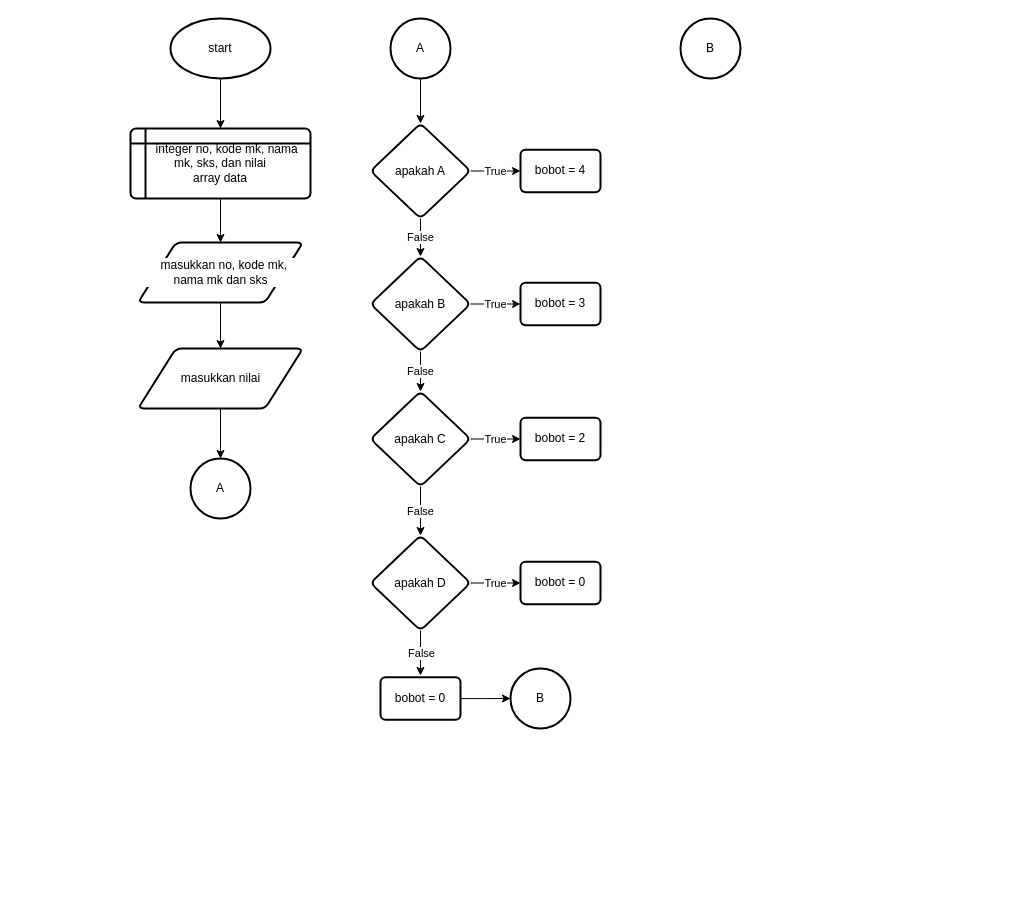
This is page "UAS sem 1" (15 of 15) of ifMajemuk.drawio from rizalfadhlan/rizalfadhlan, a draw.io file, before an edit. Source tidied: cells renumbered, new cells numbered last; positions are measured from the earlier drawing's top-left corner, leaving out a move shared by most shapes. Both pictures are drawn from the tidied source at 100%, with x=0, y=0 at pixel (130, 18).
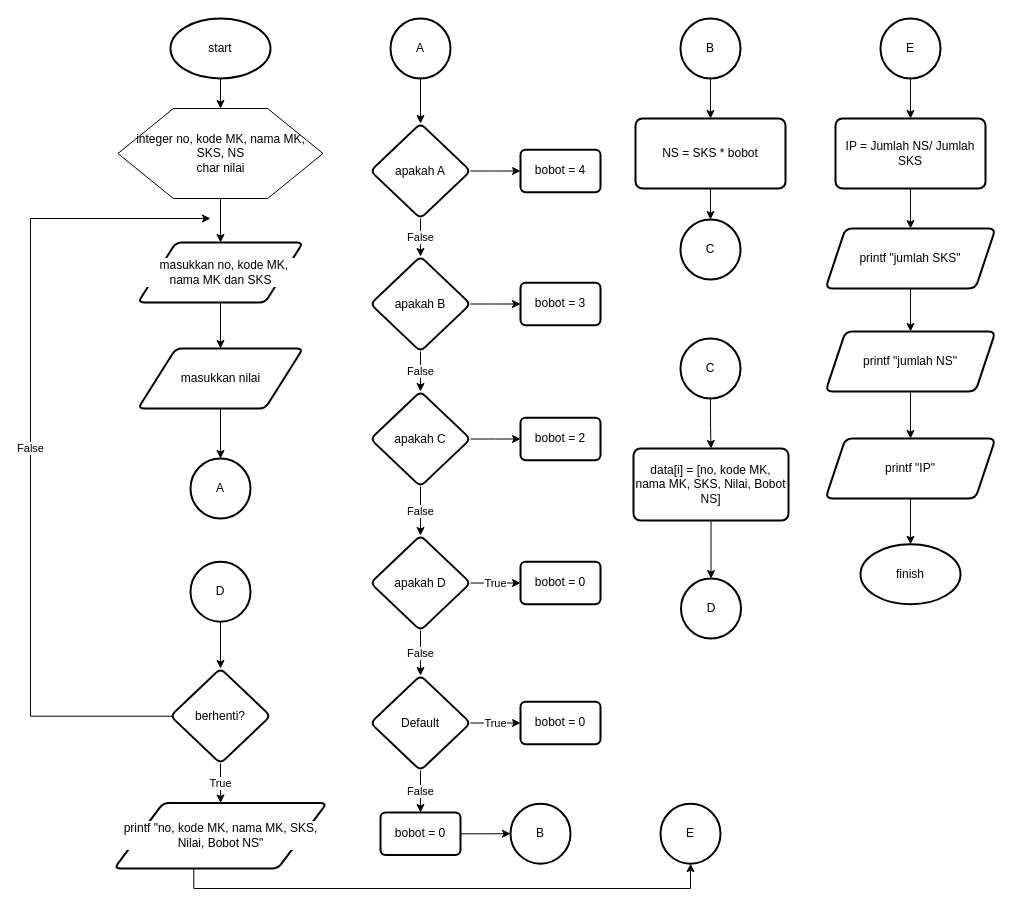
Above is the later version.

Unchanged cells that the change refers to:
```xml
<mxCell id="3" value="start" style="strokeWidth=2;html=1;shape=mxgraph.flowchart.start_1;whiteSpace=wrap;" parent="1" vertex="1">
  <mxGeometry x="40" width="100" height="60" as="geometry" />
</mxCell>
<mxCell id="15" value="apakah A" style="rhombus;whiteSpace=wrap;html=1;strokeWidth=2;rounded=1;arcSize=12;labelBackgroundColor=default;" parent="1" vertex="1">
  <mxGeometry x="240" y="105" width="100" height="95" as="geometry" />
</mxCell>
<mxCell id="18" value="apakah B" style="rhombus;whiteSpace=wrap;html=1;strokeWidth=2;rounded=1;arcSize=12;labelBackgroundColor=default;" parent="1" vertex="1">
  <mxGeometry x="240" y="238" width="100" height="95" as="geometry" />
</mxCell>
<mxCell id="21" value="apakah C" style="rhombus;whiteSpace=wrap;html=1;strokeWidth=2;rounded=1;arcSize=12;labelBackgroundColor=default;" parent="1" vertex="1">
  <mxGeometry x="240" y="373" width="100" height="95" as="geometry" />
</mxCell>
<mxCell id="22" value="bobot = 4" style="whiteSpace=wrap;html=1;strokeWidth=2;rounded=1;arcSize=12;labelBackgroundColor=default;" parent="1" vertex="1">
  <mxGeometry x="390" y="131.2" width="80" height="42.5" as="geometry" />
</mxCell>
<mxCell id="23" value="bobot = 3" style="whiteSpace=wrap;html=1;strokeWidth=2;rounded=1;arcSize=12;labelBackgroundColor=default;" parent="1" vertex="1">
  <mxGeometry x="390" y="264.2" width="80" height="42.5" as="geometry" />
</mxCell>
<mxCell id="24" value="bobot&amp;nbsp;= 2" style="whiteSpace=wrap;html=1;strokeWidth=2;rounded=1;arcSize=12;labelBackgroundColor=default;" parent="1" vertex="1">
  <mxGeometry x="390" y="399.2" width="80" height="42.5" as="geometry" />
</mxCell>
<mxCell id="27" value="apakah D" style="rhombus;whiteSpace=wrap;html=1;strokeWidth=2;rounded=1;arcSize=12;labelBackgroundColor=default;" parent="1" vertex="1">
  <mxGeometry x="240" y="517" width="100" height="95" as="geometry" />
</mxCell>
<mxCell id="33" value="B" style="ellipse;whiteSpace=wrap;html=1;strokeWidth=2;rounded=1;arcSize=12;labelBackgroundColor=default;" parent="1" vertex="1">
  <mxGeometry x="550" width="60" height="60" as="geometry" />
</mxCell>
```

The edit, as a diff of the source:
```diff
@@
-    <mxCell id="2" style="edgeStyle=orthogonalEdgeStyle;rounded=0;jettySize=auto;html=1;" parent="1" edge="1" source="3" target="5">
-      <mxGeometry relative="1" as="geometry" />
-    </mxCell>
+    <mxCell id="34" style="edgeStyle=orthogonalEdgeStyle;rounded=0;jettySize=auto;html=1;" parent="1" edge="1" source="3" target="45">
+      <mxGeometry relative="1" as="geometry" />
+    </mxCell>
@@
-    <mxCell id="4" style="edgeStyle=orthogonalEdgeStyle;rounded=0;jettySize=auto;html=1;" parent="1" edge="1" source="5" target="7">
-      <mxGeometry relative="1" as="geometry" />
-    </mxCell>
-    <mxCell id="5" value="&amp;nbsp; &amp;nbsp; integer no, kode mk, nama mk, sks, dan nilai&lt;br&gt;array data" style="shape=internalStorage;whiteSpace=wrap;html=1;dx=15;dy=15;rounded=1;arcSize=8;strokeWidth=2;" parent="1" vertex="1">
-      <mxGeometry y="110" width="180" height="70" as="geometry" />
-    </mxCell>
@@
-    <mxCell id="7" value="&amp;nbsp; masukkan no, kode mk, nama mk dan sks" style="shape=parallelogram;html=1;strokeWidth=2;perimeter=parallelogramPerimeter;whiteSpace=wrap;rounded=1;arcSize=12;size=0.23;labelBackgroundColor=default;" parent="1" vertex="1">
+    <mxCell id="7" value="&amp;nbsp; masukkan no, kode MK, nama MK dan SKS" style="shape=parallelogram;html=1;strokeWidth=2;perimeter=parallelogramPerimeter;whiteSpace=wrap;rounded=1;arcSize=12;size=0.23;labelBackgroundColor=default;" parent="1" vertex="1">
       <mxGeometry x="7.5" y="224" width="165" height="60" as="geometry" />
     </mxCell>
@@
-    <mxCell id="14" value="True" style="edgeStyle=orthogonalEdgeStyle;rounded=0;jettySize=auto;html=1;" parent="1" edge="1" source="15" target="22">
+    <mxCell id="14" style="edgeStyle=orthogonalEdgeStyle;rounded=0;jettySize=auto;html=1;" parent="1" edge="1" source="15" target="22">
       <mxGeometry relative="1" as="geometry" />
     </mxCell>
@@
-    <mxCell id="17" value="True" style="edgeStyle=orthogonalEdgeStyle;rounded=0;jettySize=auto;html=1;" parent="1" edge="1" source="18" target="23">
+    <mxCell id="17" style="edgeStyle=orthogonalEdgeStyle;rounded=0;jettySize=auto;html=1;" parent="1" edge="1" source="18" target="23">
       <mxGeometry relative="1" as="geometry" />
     </mxCell>
@@
-    <mxCell id="19" value="True" style="edgeStyle=orthogonalEdgeStyle;rounded=0;jettySize=auto;html=1;" parent="1" edge="1" source="21" target="24">
+    <mxCell id="19" style="edgeStyle=orthogonalEdgeStyle;rounded=0;jettySize=auto;html=1;" parent="1" edge="1" source="21" target="24">
       <mxGeometry relative="1" as="geometry" />
     </mxCell>
@@
-    <mxCell id="26" value="False" style="edgeStyle=orthogonalEdgeStyle;rounded=0;jettySize=auto;html=1;" parent="1" edge="1" source="27">
-      <mxGeometry relative="1" as="geometry">
-        <mxPoint x="290" y="657" as="targetPoint" />
-      </mxGeometry>
+    <mxCell id="26" value="False" style="edgeStyle=orthogonalEdgeStyle;rounded=0;jettySize=auto;html=1;" parent="1" edge="1" source="27" target="36">
+      <mxGeometry relative="1" as="geometry" />
     </mxCell>
@@
-    <mxCell id="29" value="True" style="edgeStyle=orthogonalEdgeStyle;rounded=0;orthogonalLoop=1;jettySize=auto;html=1;" parent="1" edge="1">
-      <mxGeometry relative="1" as="geometry">
-        <mxPoint x="340" y="704.5" as="sourcePoint" />
-      </mxGeometry>
+    <mxCell id="29" value="True" style="edgeStyle=orthogonalEdgeStyle;rounded=0;jettySize=auto;html=1;" parent="1" edge="1" source="36" target="37">
+      <mxGeometry relative="1" as="geometry" />
     </mxCell>
+    <mxCell id="35" value="False" style="edgeStyle=orthogonalEdgeStyle;rounded=0;jettySize=auto;html=1;" parent="1" edge="1" source="36" target="31">
+      <mxGeometry relative="1" as="geometry" />
+    </mxCell>
+    <mxCell id="36" value="Default" style="rhombus;whiteSpace=wrap;html=1;strokeWidth=2;rounded=1;arcSize=12;labelBackgroundColor=default;" parent="1" vertex="1">
+      <mxGeometry x="240" y="657" width="100" height="95" as="geometry" />
+    </mxCell>
+    <mxCell id="37" value="bobot&amp;nbsp;= 0" style="whiteSpace=wrap;html=1;strokeWidth=2;rounded=1;arcSize=12;labelBackgroundColor=default;" parent="1" vertex="1">
+      <mxGeometry x="390" y="683.2" width="80" height="42.5" as="geometry" />
+    </mxCell>
@@
     <mxCell id="31" value="bobot&amp;nbsp;= 0" style="whiteSpace=wrap;html=1;strokeWidth=2;rounded=1;arcSize=12;labelBackgroundColor=default;" parent="1" vertex="1">
-      <mxGeometry x="250" y="658.8" width="80" height="42.5" as="geometry" />
+      <mxGeometry x="250" y="794" width="80" height="42.5" as="geometry" />
     </mxCell>
     <mxCell id="32" value="B" style="ellipse;whiteSpace=wrap;html=1;strokeWidth=2;rounded=1;arcSize=12;labelBackgroundColor=default;" parent="1" vertex="1">
-      <mxGeometry x="380" y="650" width="60" height="60" as="geometry" />
+      <mxGeometry x="380" y="785.2" width="60" height="60" as="geometry" />
     </mxCell>
+    <mxCell id="38" style="edgeStyle=orthogonalEdgeStyle;rounded=0;jettySize=auto;html=1;" parent="1" edge="1" source="33" target="43">
+      <mxGeometry relative="1" as="geometry" />
+    </mxCell>
@@
+    <mxCell id="39" value="C" style="ellipse;whiteSpace=wrap;html=1;strokeWidth=2;rounded=1;arcSize=12;labelBackgroundColor=default;" parent="1" vertex="1">
+      <mxGeometry x="550" y="201" width="60" height="60" as="geometry" />
+    </mxCell>
+    <mxCell id="40" style="edgeStyle=orthogonalEdgeStyle;rounded=0;jettySize=auto;html=1;" parent="1" edge="1" source="41" target="47">
+      <mxGeometry relative="1" as="geometry" />
+    </mxCell>
+    <mxCell id="41" value="C" style="ellipse;whiteSpace=wrap;html=1;strokeWidth=2;rounded=1;arcSize=12;labelBackgroundColor=default;" parent="1" vertex="1">
+      <mxGeometry x="550" y="320" width="60" height="60" as="geometry" />
+    </mxCell>
+    <mxCell id="42" style="edgeStyle=orthogonalEdgeStyle;rounded=0;jettySize=auto;html=1;" parent="1" edge="1" source="43" target="39">
+      <mxGeometry relative="1" as="geometry" />
+    </mxCell>
+    <mxCell id="43" value="NS = SKS * bobot" style="rounded=1;whiteSpace=wrap;html=1;absoluteArcSize=1;arcSize=14;strokeWidth=2;" parent="1" vertex="1">
+      <mxGeometry x="505" y="100" width="150" height="70" as="geometry" />
+    </mxCell>
+    <mxCell id="44" style="edgeStyle=orthogonalEdgeStyle;rounded=0;jettySize=auto;html=1;" parent="1" edge="1" source="45" target="7">
+      <mxGeometry relative="1" as="geometry" />
+    </mxCell>
+    <mxCell id="45" value="integer no, kode MK, nama MK, &lt;br&gt;SKS, NS&lt;br&gt;char nilai" style="verticalLabelPosition=middle;verticalAlign=middle;html=1;shape=hexagon;perimeter=hexagonPerimeter2;arcSize=6;size=0.27;labelPosition=center;align=center;whiteSpace=wrap;" parent="1" vertex="1">
+      <mxGeometry x="-12.5" y="90" width="205" height="90" as="geometry" />
+    </mxCell>
+    <mxCell id="46" style="edgeStyle=orthogonalEdgeStyle;rounded=0;jettySize=auto;html=1;" parent="1" edge="1" source="47" target="48">
+      <mxGeometry relative="1" as="geometry" />
+    </mxCell>
+    <mxCell id="47" value="data[i] = [no, kode MK, nama MK, SKS, Nilai, Bobot NS]" style="rounded=1;whiteSpace=wrap;html=1;absoluteArcSize=1;arcSize=14;strokeWidth=2;" parent="1" vertex="1">
+      <mxGeometry x="503" y="430" width="155" height="72" as="geometry" />
+    </mxCell>
+    <mxCell id="48" value="D" style="ellipse;whiteSpace=wrap;html=1;strokeWidth=2;rounded=1;arcSize=12;labelBackgroundColor=default;" parent="1" vertex="1">
+      <mxGeometry x="550.5" y="560" width="60" height="60" as="geometry" />
+    </mxCell>
+    <mxCell id="49" style="edgeStyle=orthogonalEdgeStyle;rounded=0;jettySize=auto;html=1;" parent="1" edge="1" source="50" target="53">
+      <mxGeometry relative="1" as="geometry" />
+    </mxCell>
+    <mxCell id="50" value="D" style="ellipse;whiteSpace=wrap;html=1;strokeWidth=2;rounded=1;arcSize=12;labelBackgroundColor=default;" parent="1" vertex="1">
+      <mxGeometry x="60" y="543.2" width="60" height="60" as="geometry" />
+    </mxCell>
+    <mxCell id="51" value="False" style="edgeStyle=orthogonalEdgeStyle;rounded=0;jettySize=auto;html=1;exitX=0.035;exitY=0.502;exitDx=0;exitDy=0;exitPerimeter=0;" parent="1" edge="1" source="53">
+      <mxGeometry relative="1" as="geometry">
+        <mxPoint x="80" y="200" as="targetPoint" />
+        <Array as="points">
+          <mxPoint x="-100" y="698" />
+          <mxPoint x="-100" y="200" />
+        </Array>
+      </mxGeometry>
+    </mxCell>
+    <mxCell id="52" value="True" style="edgeStyle=orthogonalEdgeStyle;rounded=0;jettySize=auto;html=1;" parent="1" edge="1" source="53" target="56">
+      <mxGeometry relative="1" as="geometry" />
+    </mxCell>
+    <mxCell id="53" value="berhenti?" style="rhombus;whiteSpace=wrap;html=1;strokeWidth=2;rounded=1;arcSize=12;labelBackgroundColor=default;" parent="1" vertex="1">
+      <mxGeometry x="40" y="650" width="100" height="95" as="geometry" />
+    </mxCell>
+    <mxCell id="54" value="finish" style="strokeWidth=2;html=1;shape=mxgraph.flowchart.start_1;whiteSpace=wrap;" parent="1" vertex="1">
+      <mxGeometry x="730" y="525.8" width="100" height="60" as="geometry" />
+    </mxCell>
+    <mxCell id="55" style="edgeStyle=orthogonalEdgeStyle;rounded=0;jettySize=auto;html=1;exitX=0.374;exitY=1;exitDx=0;exitDy=0;exitPerimeter=0;entryX=0.5;entryY=1;entryDx=0;entryDy=0;" parent="1" edge="1" source="56" target="57">
+      <mxGeometry relative="1" as="geometry">
+        <Array as="points">
+          <mxPoint x="63" y="870" />
+          <mxPoint x="560" y="870" />
+        </Array>
+      </mxGeometry>
+    </mxCell>
+    <mxCell id="56" value="printf &quot;no, kode MK, nama MK, SKS, Nilai, Bobot NS&quot;" style="shape=parallelogram;html=1;strokeWidth=2;perimeter=parallelogramPerimeter;whiteSpace=wrap;rounded=1;arcSize=12;size=0.23;labelBackgroundColor=default;" parent="1" vertex="1">
+      <mxGeometry x="-16.2" y="784.5" width="212.5" height="65.5" as="geometry" />
+    </mxCell>
+    <mxCell id="57" value="E" style="ellipse;whiteSpace=wrap;html=1;strokeWidth=2;rounded=1;arcSize=12;labelBackgroundColor=default;" parent="1" vertex="1">
+      <mxGeometry x="530" y="785.2" width="60" height="60" as="geometry" />
+    </mxCell>
+    <mxCell id="58" style="edgeStyle=orthogonalEdgeStyle;rounded=0;jettySize=auto;html=1;" parent="1" edge="1" source="59" target="61">
+      <mxGeometry relative="1" as="geometry" />
+    </mxCell>
+    <mxCell id="59" value="E" style="ellipse;whiteSpace=wrap;html=1;strokeWidth=2;rounded=1;arcSize=12;labelBackgroundColor=default;" parent="1" vertex="1">
+      <mxGeometry x="750" width="60" height="60" as="geometry" />
+    </mxCell>
+    <mxCell id="60" style="edgeStyle=orthogonalEdgeStyle;rounded=0;jettySize=auto;html=1;" parent="1" edge="1" source="61" target="63">
+      <mxGeometry relative="1" as="geometry" />
+    </mxCell>
+    <mxCell id="61" value="IP = Jumlah NS/ Jumlah SKS" style="rounded=1;whiteSpace=wrap;html=1;absoluteArcSize=1;arcSize=14;strokeWidth=2;" parent="1" vertex="1">
+      <mxGeometry x="705" y="100" width="150" height="70" as="geometry" />
+    </mxCell>
+    <mxCell id="62" style="edgeStyle=orthogonalEdgeStyle;rounded=0;jettySize=auto;html=1;" parent="1" edge="1" source="63" target="65">
+      <mxGeometry relative="1" as="geometry" />
+    </mxCell>
+    <mxCell id="63" value="printf &quot;jumlah SKS&quot;" style="shape=parallelogram;perimeter=parallelogramPerimeter;whiteSpace=wrap;html=1;fixedSize=1;rounded=1;arcSize=14;strokeWidth=2;" parent="1" vertex="1">
+      <mxGeometry x="695" y="210" width="170" height="60" as="geometry" />
+    </mxCell>
+    <mxCell id="64" style="edgeStyle=orthogonalEdgeStyle;rounded=0;jettySize=auto;html=1;" parent="1" edge="1" source="65" target="67">
+      <mxGeometry relative="1" as="geometry" />
+    </mxCell>
+    <mxCell id="65" value="printf &quot;jumlah NS&quot;" style="shape=parallelogram;perimeter=parallelogramPerimeter;whiteSpace=wrap;html=1;fixedSize=1;rounded=1;arcSize=14;strokeWidth=2;" parent="1" vertex="1">
+      <mxGeometry x="695" y="313" width="170" height="60" as="geometry" />
+    </mxCell>
+    <mxCell id="66" style="edgeStyle=orthogonalEdgeStyle;rounded=0;jettySize=auto;html=1;" parent="1" edge="1" source="67" target="54">
+      <mxGeometry relative="1" as="geometry" />
+    </mxCell>
+    <mxCell id="67" value="printf &quot;IP&quot;" style="shape=parallelogram;perimeter=parallelogramPerimeter;whiteSpace=wrap;html=1;fixedSize=1;rounded=1;arcSize=14;strokeWidth=2;" parent="1" vertex="1">
+      <mxGeometry x="695" y="420" width="170" height="60" as="geometry" />
+    </mxCell>
```
